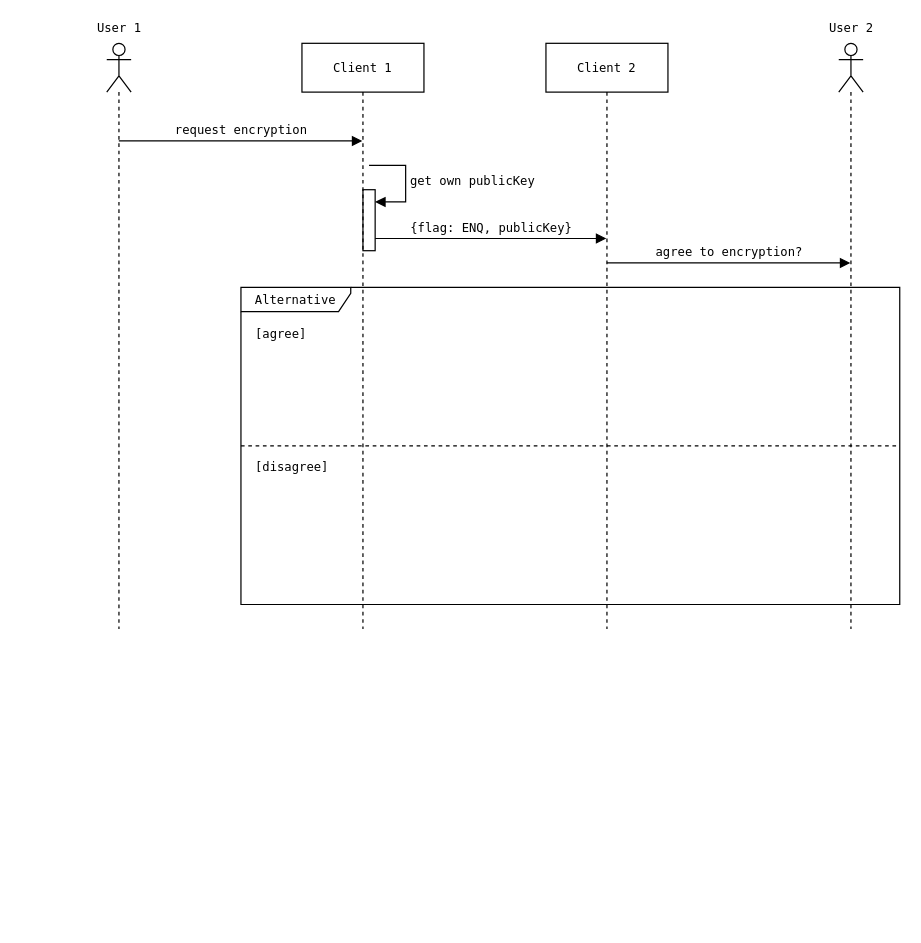
Earlier version of the draw.io diagram docs/quantum-key-exchange.drawio (imnaK/quantum). Source tidied: cells renumbered, new cells numbered last; positions are measured from the earlier drawing's top-left corner, leaving out a move shared by most shapes. Both pictures are drawn from the tidied source at 122%, with x=0, y=0 at pixel (106, 43).
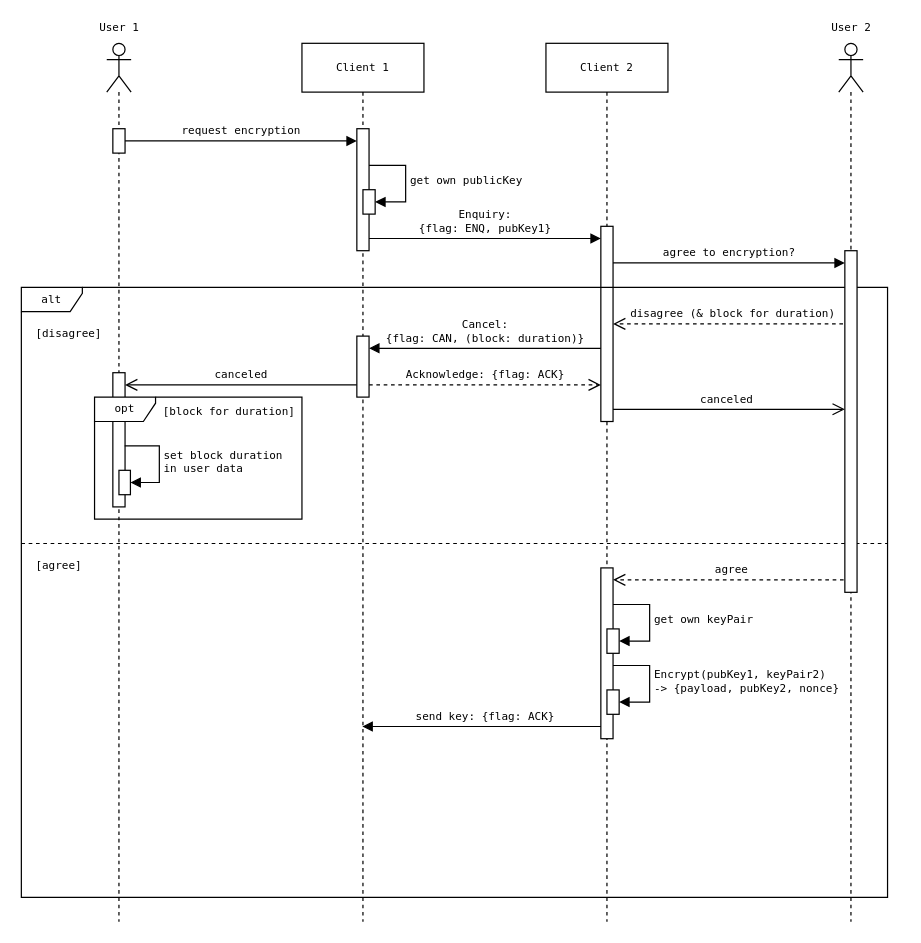
Above is the later version.

Commit message (it also covers changes not shown here):
update sequence diagram & add drawio temp files to gitignore

Diff of the diagram source:
```diff
@@
+    <mxCell id="14" value="send key: {flag: ACK}" style="html=1;verticalAlign=bottom;endArrow=block;curved=0;rounded=0;fontSize=9;fontFamily=Lucida Console;labelBackgroundColor=none;" parent="1" edge="1" source="5" target="2">
+      <mxGeometry relative="1" as="geometry">
+        <Array as="points">
+          <mxPoint x="260" y="560" />
+        </Array>
+      </mxGeometry>
+    </mxCell>
+    <mxCell id="15" value="canceled" style="html=1;verticalAlign=bottom;endArrow=open;curved=0;rounded=0;endFill=0;endSize=8;fontSize=9;fontFamily=Lucida Console;labelBackgroundColor=none;" parent="1" edge="1" target="26">
+      <mxGeometry relative="1" as="geometry">
+        <mxPoint x="410" y="300" as="sourcePoint" />
+        <Array as="points">
+          <mxPoint x="465" y="300" />
+        </Array>
+      </mxGeometry>
+    </mxCell>
-    <mxCell id="2" value="Client 1" style="shape=umlLifeline;perimeter=lifelinePerimeter;whiteSpace=wrap;html=1;outlineConnect=0;portConstraint=eastwest;newEdgeStyle={&quot;edgeStyle&quot;:&quot;elbowEdgeStyle&quot;,&quot;elbow&quot;:&quot;vertical&quot;,&quot;curved&quot;:0,&quot;rounded&quot;:0};fontSize=10;fontFamily=Lucida Console;" parent="1" vertex="1">
-      <mxGeometry x="160" width="100" height="480" as="geometry" />
+    <mxCell id="2" value="Client 1" style="shape=umlLifeline;perimeter=lifelinePerimeter;whiteSpace=wrap;html=1;outlineConnect=0;portConstraint=eastwest;newEdgeStyle={&quot;edgeStyle&quot;:&quot;elbowEdgeStyle&quot;,&quot;elbow&quot;:&quot;vertical&quot;,&quot;curved&quot;:0,&quot;rounded&quot;:0};fontSize=9;fontFamily=Lucida Console;labelBackgroundColor=none;" parent="1" vertex="1">
+      <mxGeometry x="160" width="100" height="720" as="geometry" />
     </mxCell>
+    <mxCell id="4" value="get own publicKey" style="html=1;align=left;spacingLeft=2;endArrow=block;rounded=0;edgeStyle=orthogonalEdgeStyle;curved=0;rounded=0;fontFamily=Lucida Console;fontSize=9;fontColor=default;labelBackgroundColor=none;" parent="2" edge="1" target="3">
+      <mxGeometry relative="1" as="geometry">
+        <mxPoint x="55" y="100" as="sourcePoint" />
+        <Array as="points">
+          <mxPoint x="85" y="130" />
+        </Array>
+      </mxGeometry>
+    </mxCell>
+    <mxCell id="16" style="html=1;points=[[0,0,0,0,5],[0,1,0,0,-5],[1,0,0,0,5],[1,1,0,0,-5]];perimeter=orthogonalPerimeter;outlineConnect=0;targetShapes=umlLifeline;portConstraint=eastwest;newEdgeStyle={&quot;curved&quot;:0,&quot;rounded&quot;:0};fontSize=9;fontFamily=Lucida Console;labelBackgroundColor=none;" parent="2" vertex="1">
+      <mxGeometry x="45" y="70" width="10" height="100" as="geometry" />
+    </mxCell>
-    <mxCell id="3" style="html=1;points=[[0,0,0,0,5],[0,1,0,0,-5],[1,0,0,0,5],[1,1,0,0,-5]];perimeter=orthogonalPerimeter;outlineConnect=0;targetShapes=umlLifeline;portConstraint=eastwest;newEdgeStyle={&quot;curved&quot;:0,&quot;rounded&quot;:0};rounded=0;align=center;verticalAlign=middle;fontFamily=Lucida Console;fontSize=10;fontColor=default;fillColor=none;gradientColor=none;" parent="2" vertex="1">
-      <mxGeometry x="50" y="120" width="10" height="50" as="geometry" />
+    <mxCell id="3" style="html=1;points=[[0,0,0,0,5],[0,1,0,0,-5],[1,0,0,0,5],[1,1,0,0,-5]];perimeter=orthogonalPerimeter;outlineConnect=0;targetShapes=umlLifeline;portConstraint=eastwest;newEdgeStyle={&quot;curved&quot;:0,&quot;rounded&quot;:0};rounded=0;align=center;verticalAlign=middle;fontFamily=Lucida Console;fontSize=9;fontColor=default;fillColor=default;gradientColor=none;labelBackgroundColor=none;" parent="2" vertex="1">
+      <mxGeometry x="50" y="120" width="10" height="20" as="geometry" />
     </mxCell>
-    <mxCell id="4" value="get own publicKey" style="html=1;align=left;spacingLeft=2;endArrow=block;rounded=0;edgeStyle=orthogonalEdgeStyle;curved=0;rounded=0;fontFamily=Lucida Console;fontSize=10;fontColor=default;" parent="2" edge="1" target="3">
-      <mxGeometry relative="1" as="geometry">
-        <mxPoint x="55" y="100" as="sourcePoint" />
-        <Array as="points">
-          <mxPoint x="85" y="130" />
-        </Array>
-      </mxGeometry>
-    </mxCell>
-    <mxCell id="5" value="Client 2" style="shape=umlLifeline;perimeter=lifelinePerimeter;whiteSpace=wrap;html=1;outlineConnect=0;portConstraint=eastwest;newEdgeStyle={&quot;edgeStyle&quot;:&quot;elbowEdgeStyle&quot;,&quot;elbow&quot;:&quot;vertical&quot;,&quot;curved&quot;:0,&quot;rounded&quot;:0};fontSize=10;fontFamily=Lucida Console;" parent="1" vertex="1">
-      <mxGeometry x="360" width="100" height="480" as="geometry" />
+    <mxCell id="5" value="Client 2" style="shape=umlLifeline;perimeter=lifelinePerimeter;whiteSpace=wrap;html=1;outlineConnect=0;portConstraint=eastwest;newEdgeStyle={&quot;edgeStyle&quot;:&quot;elbowEdgeStyle&quot;,&quot;elbow&quot;:&quot;vertical&quot;,&quot;curved&quot;:0,&quot;rounded&quot;:0};fontSize=9;fontFamily=Lucida Console;labelBackgroundColor=none;" parent="1" vertex="1">
+      <mxGeometry x="360" width="100" height="720" as="geometry" />
     </mxCell>
+    <mxCell id="17" style="html=1;points=[[0,0,0,0,5],[0,1,0,0,-5],[1,0,0,0,5],[1,1,0,0,-5]];perimeter=orthogonalPerimeter;outlineConnect=0;targetShapes=umlLifeline;portConstraint=eastwest;newEdgeStyle={&quot;curved&quot;:0,&quot;rounded&quot;:0};fontFamily=Lucida Console;fontSize=9;fontColor=default;labelBackgroundColor=none;" parent="5" vertex="1">
+      <mxGeometry x="45" y="430" width="10" height="140" as="geometry" />
+    </mxCell>
+    <mxCell id="18" style="html=1;points=[[0,0,0,0,5],[0,1,0,0,-5],[1,0,0,0,5],[1,1,0,0,-5]];perimeter=orthogonalPerimeter;outlineConnect=0;targetShapes=umlLifeline;portConstraint=eastwest;newEdgeStyle={&quot;curved&quot;:0,&quot;rounded&quot;:0};fontFamily=Lucida Console;fontSize=9;fontColor=default;labelBackgroundColor=none;" parent="5" vertex="1">
+      <mxGeometry x="45" y="150" width="10" height="160" as="geometry" />
+    </mxCell>
-    <mxCell id="6" value="User 1" style="shape=umlLifeline;perimeter=lifelinePerimeter;whiteSpace=wrap;html=1;newEdgeStyle={&quot;curved&quot;:0,&quot;rounded&quot;:0};participant=umlActor;&#10;verticalLabelPosition=top;verticalAlign=top;spacingTop=-25;fontSize=10;fontFamily=Lucida Console;whiteSpace=nowrap;" parent="1" vertex="1">
-      <mxGeometry width="20" height="480" as="geometry" />
+    <mxCell id="6" value="&lt;font style=&quot;font-size: 9px;&quot;&gt;User 1&lt;/font&gt;" style="shape=umlLifeline;perimeter=lifelinePerimeter;whiteSpace=wrap;html=1;newEdgeStyle={&quot;curved&quot;:0,&quot;rounded&quot;:0};participant=umlActor;&#10;verticalLabelPosition=top;verticalAlign=top;spacingTop=-25;fontSize=9;fontFamily=Lucida Console;whiteSpace=nowrap;labelBackgroundColor=none;" parent="1" vertex="1">
+      <mxGeometry width="20" height="720" as="geometry" />
     </mxCell>
-    <mxCell id="7" value="User 2" style="shape=umlLifeline;perimeter=lifelinePerimeter;whiteSpace=wrap;html=1;outlineConnect=0;portConstraint=eastwest;newEdgeStyle={&quot;curved&quot;:0,&quot;rounded&quot;:0};participant=umlActor;&#10;verticalLabelPosition=top;verticalAlign=top;spacingTop=-25;fontSize=10;fontFamily=Lucida Console;whiteSpace=nowrap;" parent="1" vertex="1">
-      <mxGeometry x="600" width="20" height="480" as="geometry" />
-    </mxCell>
+    <mxCell id="19" style="html=1;perimeter=orthogonalPerimeter;targetShapes=umlLifeline;newEdgeStyle={&quot;curved&quot;:0,&quot;rounded&quot;:0};fontFamily=Lucida Console;fontSize=9;fontColor=default;labelBackgroundColor=none;" parent="6" vertex="1">
+      <mxGeometry x="5" y="270" width="10" height="110" as="geometry" />
+    </mxCell>
-    <mxCell id="8" value="request encryption" style="html=1;verticalAlign=bottom;endArrow=block;curved=0;rounded=0;fontFamily=Lucida Console;fontSize=10;fontColor=default;" parent="1" edge="1">
-      <mxGeometry relative="1" as="geometry">
-        <mxPoint x="9.9" y="80" as="sourcePoint" />
-        <mxPoint x="209.5" y="80" as="targetPoint" />
-      </mxGeometry>
+    <mxCell id="8" value="request encryption" style="html=1;verticalAlign=bottom;endArrow=block;curved=0;rounded=0;fontFamily=Lucida Console;fontSize=9;fontColor=default;labelBackgroundColor=none;" parent="1" edge="1" source="29" target="16">
+      <mxGeometry relative="1" as="geometry" />
     </mxCell>
-    <mxCell id="9" value="{flag: ENQ, publicKey}" style="html=1;verticalAlign=bottom;endArrow=block;curved=0;rounded=0;fontFamily=Lucida Console;fontSize=10;fontColor=default;" parent="1" edge="1" source="3">
+    <mxCell id="9" value="&lt;font style=&quot;font-size: 9px;&quot;&gt;Enquiry:&lt;br style=&quot;font-size: 9px;&quot;&gt;{flag: ENQ, pubKey1}&lt;/font&gt;" style="html=1;verticalAlign=bottom;endArrow=block;curved=0;rounded=0;fontFamily=Lucida Console;fontSize=9;fontColor=default;labelBackgroundColor=none;" parent="1" edge="1">
       <mxGeometry relative="1" as="geometry">
-        <mxPoint x="409.5" y="160" as="targetPoint" />
+        <mxPoint x="215" y="160" as="sourcePoint" />
+        <mxPoint x="405" y="160" as="targetPoint" />
       </mxGeometry>
     </mxCell>
-    <mxCell id="10" value="agree to encryption?" style="html=1;verticalAlign=bottom;endArrow=block;curved=0;rounded=0;fontFamily=Lucida Console;fontSize=10;fontColor=default;" parent="1" edge="1">
+    <mxCell id="10" value="agree to encryption?" style="html=1;verticalAlign=bottom;endArrow=block;curved=0;rounded=0;fontFamily=Lucida Console;fontSize=9;fontColor=default;labelBackgroundColor=none;" parent="1" edge="1">
       <mxGeometry relative="1" as="geometry">
-        <mxPoint x="409.9" y="180" as="sourcePoint" />
-        <mxPoint x="609.5" y="180" as="targetPoint" />
+        <mxPoint x="415" y="180" as="sourcePoint" />
+        <mxPoint x="605" y="180" as="targetPoint" />
       </mxGeometry>
     </mxCell>
-    <mxCell id="11" value="&lt;font style=&quot;font-size: 10px;&quot;&gt;Alternative&lt;/font&gt;" style="shape=umlFrame;whiteSpace=wrap;html=1;width=90;rounded=0;align=center;verticalAlign=middle;fontFamily=Lucida Console;fontSize=10;fontColor=default;fillColor=none;gradientColor=none;height=20;" parent="1" vertex="1">
-      <mxGeometry x="110" y="200" width="540" height="260" as="geometry" />
+    <mxCell id="11" value="&lt;font style=&quot;font-size: 9px;&quot;&gt;alt&lt;/font&gt;" style="shape=umlFrame;whiteSpace=wrap;html=1;width=50;rounded=0;align=center;verticalAlign=middle;fontFamily=Lucida Console;fontSize=9;fontColor=default;fillColor=default;gradientColor=none;height=20;labelBackgroundColor=none;" parent="1" vertex="1">
+      <mxGeometry x="-70" y="200" width="710" height="500" as="geometry" />
     </mxCell>
-    <mxCell id="12" value="[agree]" style="text;html=1;fontFamily=Lucida Console;fontSize=10;fontColor=default;verticalAlign=top;spacing=2;spacingTop=-4;" parent="11" vertex="1">
+    <mxCell id="12" value="[disagree]" style="text;html=1;fontFamily=Lucida Console;fontSize=9;fontColor=default;verticalAlign=top;spacing=2;spacingTop=-4;labelBackgroundColor=none;" parent="11" vertex="1">
       <mxGeometry width="100" height="20" relative="1" as="geometry">
         <mxPoint x="10" y="30" as="offset" />
       </mxGeometry>
     </mxCell>
-    <mxCell id="13" value="[disagree]" style="line;strokeWidth=1;dashed=1;labelPosition=center;verticalLabelPosition=middle;align=left;verticalAlign=top;spacingLeft=10;spacingTop=10;html=1;whiteSpace=wrap;rounded=0;fontFamily=Lucida Console;fontSize=10;fontColor=default;fillColor=none;gradientColor=none;" parent="11" vertex="1">
-      <mxGeometry y="125" width="540" height="10" as="geometry" />
+    <mxCell id="13" value="[agree]" style="line;strokeWidth=1;dashed=1;labelPosition=center;verticalLabelPosition=bottom;align=left;verticalAlign=middle;spacingLeft=10;spacingTop=-5;html=1;whiteSpace=wrap;rounded=0;fontFamily=Lucida Console;fontSize=9;fontColor=default;fillColor=none;gradientColor=none;labelBackgroundColor=none;" parent="11" vertex="1">
+      <mxGeometry y="200" width="710" height="20" as="geometry" />
     </mxCell>
+    <mxCell id="20" value="agree" style="html=1;verticalAlign=bottom;endArrow=open;dashed=1;endSize=8;curved=0;rounded=0;fontSize=9;fontFamily=Lucida Console;labelBackgroundColor=none;" parent="1" edge="1" target="17">
+      <mxGeometry relative="1" as="geometry">
+        <mxPoint x="610" y="439.8" as="sourcePoint" />
+      </mxGeometry>
+    </mxCell>
+    <mxCell id="21" value="Cancel:&lt;br&gt;{flag: CAN, (block: duration)}" style="html=1;verticalAlign=bottom;endArrow=block;curved=0;rounded=0;fontSize=9;fontFamily=Lucida Console;labelBackgroundColor=none;" parent="1" edge="1" source="18" target="27">
+      <mxGeometry relative="1" as="geometry">
+        <Array as="points">
+          <mxPoint x="260" y="250" />
+        </Array>
+      </mxGeometry>
+    </mxCell>
+    <mxCell id="22" value="Acknowledge: {flag: ACK}" style="html=1;verticalAlign=bottom;endArrow=open;dashed=1;endSize=8;curved=0;rounded=0;fontSize=9;fontFamily=Lucida Console;labelBackgroundColor=none;" parent="1" edge="1">
+      <mxGeometry relative="1" as="geometry">
+        <mxPoint x="215" y="280" as="sourcePoint" />
+        <mxPoint x="405" y="280" as="targetPoint" />
+      </mxGeometry>
+    </mxCell>
+    <mxCell id="23" value="canceled" style="html=1;verticalAlign=bottom;endArrow=open;curved=0;rounded=0;endFill=0;endSize=8;fontSize=9;fontFamily=Lucida Console;labelBackgroundColor=none;" parent="1" edge="1">
+      <mxGeometry relative="1" as="geometry">
+        <mxPoint x="205" y="280" as="sourcePoint" />
+        <mxPoint x="15" y="280" as="targetPoint" />
+        <Array as="points">
+          <mxPoint x="70.1" y="280" />
+        </Array>
+      </mxGeometry>
+    </mxCell>
+    <mxCell id="24" value="disagree (&amp;amp; block for duration)" style="html=1;verticalAlign=bottom;endArrow=open;dashed=1;endSize=8;curved=0;rounded=0;fontSize=9;fontFamily=Lucida Console;labelBackgroundColor=none;" parent="1" edge="1" source="7">
+      <mxGeometry relative="1" as="geometry">
+        <mxPoint x="415" y="230" as="targetPoint" />
+      </mxGeometry>
+    </mxCell>
+    <mxCell id="25" style="html=1;verticalAlign=bottom;endArrow=none;dashed=1;endSize=8;curved=0;rounded=0;endFill=0;fontSize=9;fontFamily=Lucida Console;labelBackgroundColor=none;" parent="1" edge="1" target="7">
+      <mxGeometry relative="1" as="geometry">
+        <mxPoint x="609.5" y="230" as="sourcePoint" />
+      </mxGeometry>
+    </mxCell>
+    <mxCell id="7" value="User 2" style="shape=umlLifeline;perimeter=lifelinePerimeter;whiteSpace=wrap;html=1;outlineConnect=0;portConstraint=eastwest;newEdgeStyle={&quot;curved&quot;:0,&quot;rounded&quot;:0};participant=umlActor;&#10;verticalLabelPosition=top;verticalAlign=top;spacingTop=-25;fontSize=9;fontFamily=Lucida Console;whiteSpace=nowrap;labelBackgroundColor=none;" parent="1" vertex="1">
+      <mxGeometry x="600" width="20" height="720" as="geometry" />
+    </mxCell>
+    <mxCell id="26" style="html=1;points=[[0,0,0,0,5],[0,1,0,0,-5],[1,0,0,0,5],[1,1,0,0,-5]];perimeter=orthogonalPerimeter;outlineConnect=0;targetShapes=umlLifeline;portConstraint=eastwest;newEdgeStyle={&quot;curved&quot;:0,&quot;rounded&quot;:0};fontFamily=Lucida Console;fontSize=9;fontColor=default;labelBackgroundColor=none;" parent="7" vertex="1">
+      <mxGeometry x="5" y="170" width="10" height="280" as="geometry" />
+    </mxCell>
+    <mxCell id="27" style="html=1;points=[[0,0,0,0,5],[0,1,0,0,-5],[1,0,0,0,5],[1,1,0,0,-5]];perimeter=orthogonalPerimeter;outlineConnect=0;targetShapes=umlLifeline;portConstraint=eastwest;newEdgeStyle={&quot;curved&quot;:0,&quot;rounded&quot;:0};fontFamily=Lucida Console;fontSize=9;fontColor=default;labelBackgroundColor=none;" parent="1" vertex="1">
+      <mxGeometry x="205" y="240" width="10" height="50" as="geometry" />
+    </mxCell>
+    <mxCell id="28" style="html=1;verticalAlign=bottom;endArrow=block;curved=0;rounded=0;fontFamily=Lucida Console;fontSize=9;fontColor=default;labelBackgroundColor=none;" parent="1" edge="1" target="29">
+      <mxGeometry relative="1" as="geometry">
+        <mxPoint x="9.9" y="80" as="sourcePoint" />
+      </mxGeometry>
+    </mxCell>
+    <mxCell id="29" style="html=1;points=[[0,0,0,0,5],[0,1,0,0,-5],[1,0,0,0,5],[1,1,0,0,-5]];perimeter=orthogonalPerimeter;outlineConnect=0;targetShapes=umlLifeline;portConstraint=eastwest;newEdgeStyle={&quot;curved&quot;:0,&quot;rounded&quot;:0};fontFamily=Lucida Console;fontSize=9;fontColor=default;labelBackgroundColor=none;" parent="1" vertex="1">
+      <mxGeometry x="5" y="70" width="10" height="20" as="geometry" />
+    </mxCell>
+    <mxCell id="30" value="Encrypt(pubKey1, keyPair2)&lt;br style=&quot;font-size: 9px;&quot;&gt;-&amp;gt; {payload, pubKey2, nonce}" style="html=1;align=left;spacingLeft=2;endArrow=block;rounded=0;edgeStyle=orthogonalEdgeStyle;curved=0;rounded=0;fontFamily=Lucida Console;fontSize=9;fontColor=default;labelBackgroundColor=none;" parent="1" edge="1" target="31">
+      <mxGeometry relative="1" as="geometry">
+        <mxPoint x="415" y="510" as="sourcePoint" />
+        <Array as="points">
+          <mxPoint x="445" y="540" />
+        </Array>
+      </mxGeometry>
+    </mxCell>
+    <mxCell id="31" style="html=1;points=[[0,0,0,0,5],[0,1,0,0,-5],[1,0,0,0,5],[1,1,0,0,-5]];perimeter=orthogonalPerimeter;outlineConnect=0;targetShapes=umlLifeline;portConstraint=eastwest;newEdgeStyle={&quot;curved&quot;:0,&quot;rounded&quot;:0};rounded=0;align=center;verticalAlign=middle;fontFamily=Lucida Console;fontSize=9;fontColor=default;fillColor=default;gradientColor=none;labelBackgroundColor=none;" parent="1" vertex="1">
+      <mxGeometry x="410" y="530" width="10" height="20" as="geometry" />
+    </mxCell>
+    <mxCell id="32" value="get own keyPair" style="html=1;align=left;spacingLeft=2;endArrow=block;rounded=0;edgeStyle=orthogonalEdgeStyle;curved=0;rounded=0;fontFamily=Lucida Console;fontSize=9;fontColor=default;labelBackgroundColor=none;" parent="1" edge="1" target="33">
+      <mxGeometry relative="1" as="geometry">
+        <mxPoint x="415" y="460" as="sourcePoint" />
+        <Array as="points">
+          <mxPoint x="445" y="490" />
+        </Array>
+      </mxGeometry>
+    </mxCell>
+    <mxCell id="33" style="html=1;points=[[0,0,0,0,5],[0,1,0,0,-5],[1,0,0,0,5],[1,1,0,0,-5]];perimeter=orthogonalPerimeter;outlineConnect=0;targetShapes=umlLifeline;portConstraint=eastwest;newEdgeStyle={&quot;curved&quot;:0,&quot;rounded&quot;:0};rounded=0;align=center;verticalAlign=middle;fontFamily=Lucida Console;fontSize=9;fontColor=default;fillColor=default;gradientColor=none;labelBackgroundColor=none;" parent="1" vertex="1">
+      <mxGeometry x="410" y="480" width="10" height="20" as="geometry" />
+    </mxCell>
+    <mxCell id="34" style="group;fontSize=9;fontFamily=Lucida Console;labelBackgroundColor=none;" parent="1" vertex="1">
+      <mxGeometry x="-20" y="290" width="180" height="90" as="geometry" />
+    </mxCell>
+    <mxCell id="35" value="[block for duration]" style="text;html=1;fontFamily=Lucida Console;fontSize=9;fontColor=default;verticalAlign=top;align=center;labelBackgroundColor=none;" parent="34" vertex="1">
+      <mxGeometry x="60" width="120" height="20" as="geometry" />
+    </mxCell>
+    <mxCell id="36" value="set block duration&lt;br style=&quot;font-size: 9px;&quot;&gt;in user data" style="html=1;align=left;spacingLeft=2;endArrow=block;rounded=0;edgeStyle=orthogonalEdgeStyle;curved=0;rounded=0;fontFamily=Lucida Console;fontSize=9;fontColor=default;labelBackgroundColor=none;" parent="34" edge="1" target="37">
+      <mxGeometry relative="1" as="geometry">
+        <mxPoint x="34.7" y="40" as="sourcePoint" />
+        <Array as="points">
+          <mxPoint x="63.1" y="70" />
+        </Array>
+      </mxGeometry>
+    </mxCell>
+    <mxCell id="37" style="html=1;points=[[0,0,0,0,5],[0,1,0,0,-5],[1,0,0,0,5],[1,1,0,0,-5]];perimeter=orthogonalPerimeter;outlineConnect=0;targetShapes=umlLifeline;portConstraint=eastwest;newEdgeStyle={&quot;curved&quot;:0,&quot;rounded&quot;:0};rounded=0;align=center;verticalAlign=middle;fontFamily=Lucida Console;fontSize=9;fontColor=default;fillColor=default;gradientColor=none;labelBackgroundColor=none;" parent="34" vertex="1">
+      <mxGeometry x="30" y="60" width="9.4" height="20" as="geometry" />
+    </mxCell>
+    <mxCell id="38" value="opt" style="shape=umlFrame;whiteSpace=wrap;html=1;fontFamily=Lucida Console;fontSize=9;fontColor=default;labelBackgroundColor=none;width=50;height=20;" parent="1" vertex="1">
+      <mxGeometry x="-10" y="290" width="170" height="100" as="geometry" />
+    </mxCell>
```
